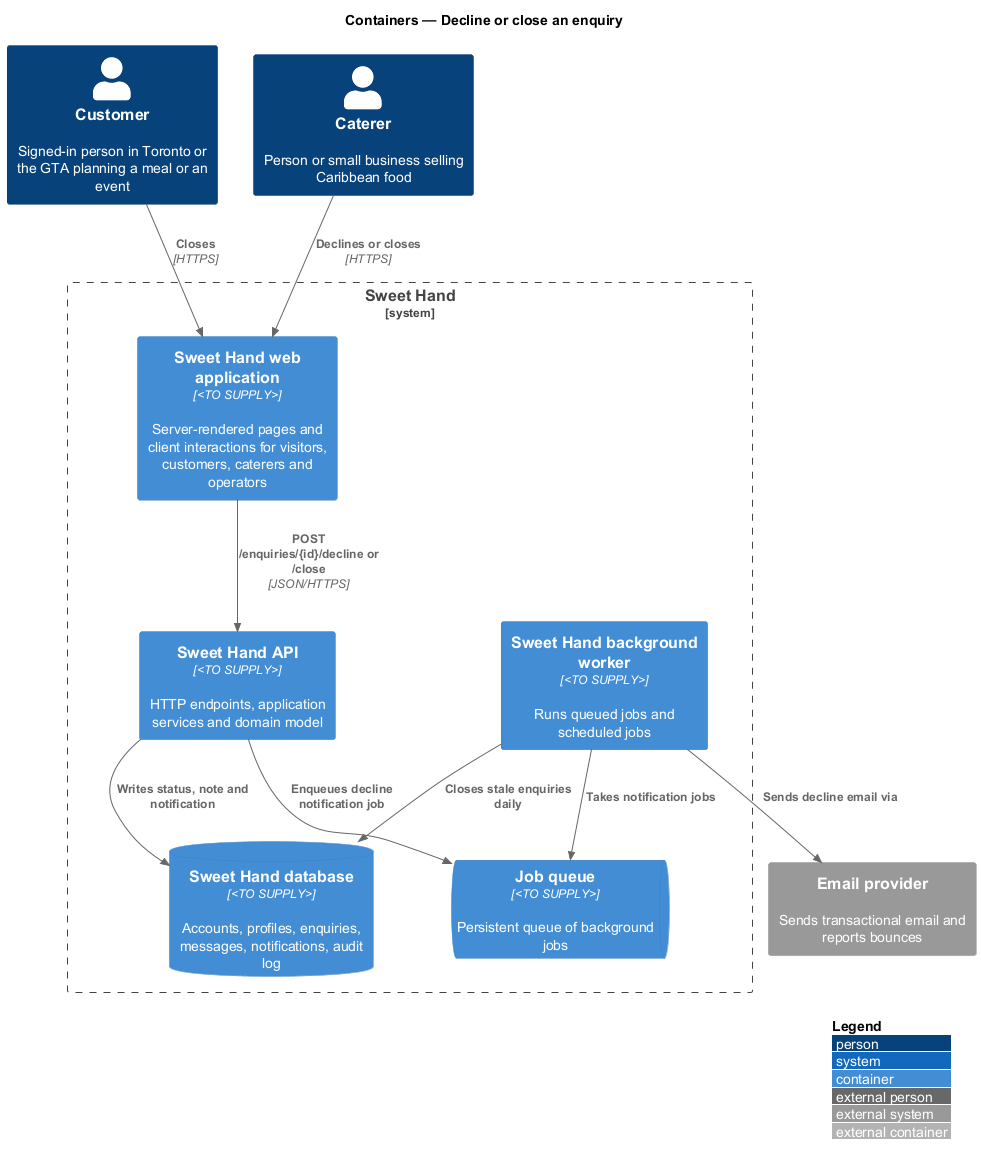
Before: docs/detailed-designs/enquiries/decline-or-close-enquiry/diagrams/c4-container.png, a diagram exported from PlantUML (QuinntyneBrown/sweet-hand). Its diagram source:
```plantuml
@startuml
!include <C4/C4_Container>
LAYOUT_WITH_LEGEND()
title Containers — Decline or close an enquiry

Person(customer, "Customer", "Signed-in person in Toronto or the GTA planning a meal or an event")
Person(caterer, "Caterer", "Person or small business selling Caribbean food")
System_Boundary(sweethand, "Sweet Hand") {
  Container(web, "Sweet Hand web application", "<TO SUPPLY>", "Server-rendered pages and client interactions for visitors, customers, caterers and operators")
  Container(api, "Sweet Hand API", "<TO SUPPLY>", "HTTP endpoints, application services and domain model")
  Container(worker, "Sweet Hand background worker", "<TO SUPPLY>", "Runs queued jobs and scheduled jobs")
  ContainerDb(db, "Sweet Hand database", "<TO SUPPLY>", "Accounts, profiles, enquiries, messages, notifications, audit log")
  ContainerQueue(queue, "Job queue", "<TO SUPPLY>", "Persistent queue of background jobs")
}
System_Ext(email, "Email provider", "Sends transactional email and reports bounces")

Rel(caterer, web, "Declines or closes", "HTTPS")
Rel(customer, web, "Closes", "HTTPS")
Rel(web, api, "POST /enquiries/{id}/decline or /close", "JSON/HTTPS")
Rel(api, db, "Writes status, note and notification")
Rel(api, queue, "Enqueues decline notification job")
Rel(worker, db, "Closes stale enquiries daily")
Rel(worker, queue, "Takes notification jobs")
Rel(worker, email, "Sends decline email via")
@enduml
```
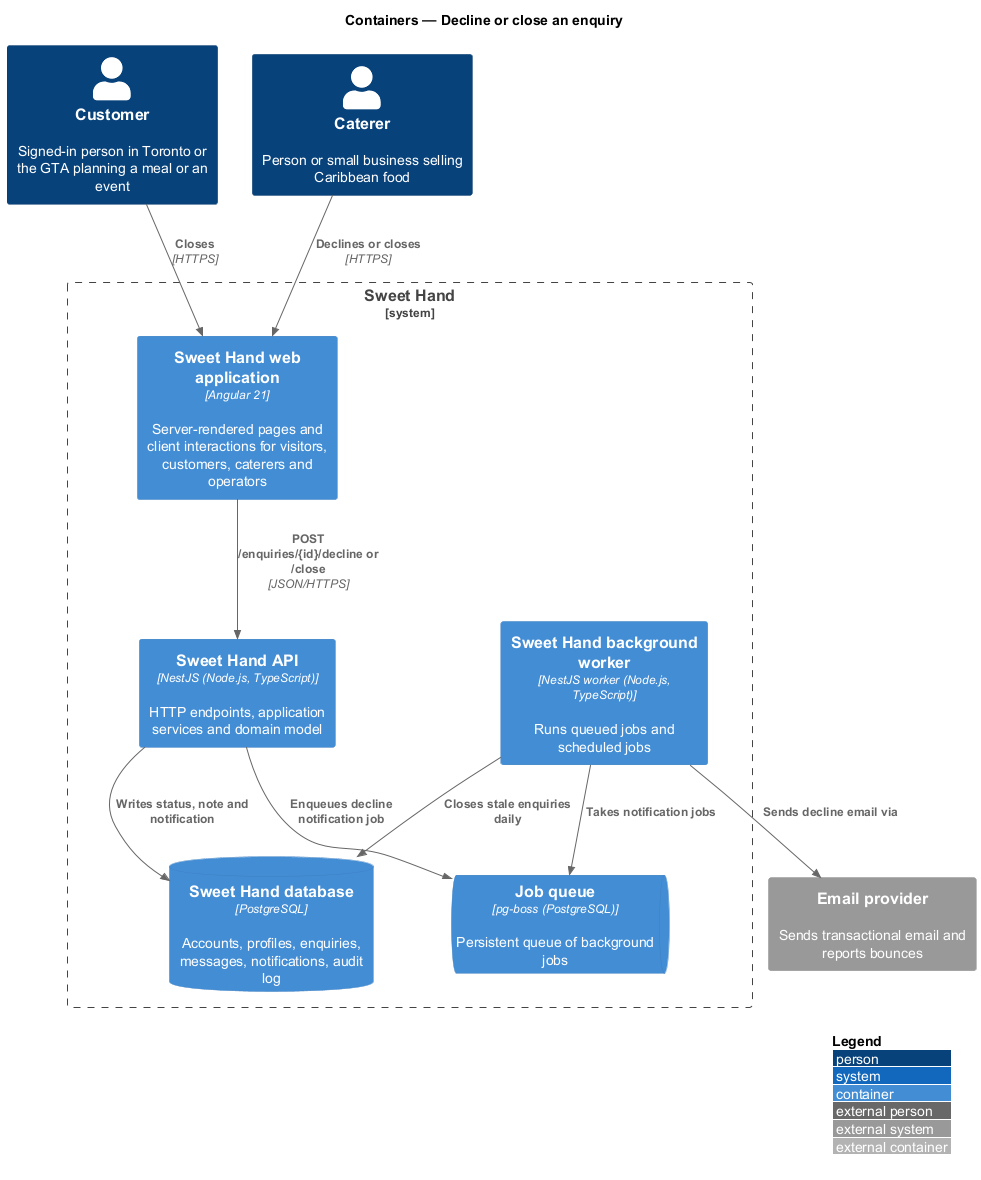
Above is the later version.

Diff of the diagram source:
```diff
@@ -6,11 +6,11 @@
 Person(customer, "Customer", "Signed-in person in Toronto or the GTA planning a meal or an event")
 Person(caterer, "Caterer", "Person or small business selling Caribbean food")
 System_Boundary(sweethand, "Sweet Hand") {
-  Container(web, "Sweet Hand web application", "<TO SUPPLY>", "Server-rendered pages and client interactions for visitors, customers, caterers and operators")
-  Container(api, "Sweet Hand API", "<TO SUPPLY>", "HTTP endpoints, application services and domain model")
-  Container(worker, "Sweet Hand background worker", "<TO SUPPLY>", "Runs queued jobs and scheduled jobs")
-  ContainerDb(db, "Sweet Hand database", "<TO SUPPLY>", "Accounts, profiles, enquiries, messages, notifications, audit log")
-  ContainerQueue(queue, "Job queue", "<TO SUPPLY>", "Persistent queue of background jobs")
+  Container(web, "Sweet Hand web application", "Angular 21", "Server-rendered pages and client interactions for visitors, customers, caterers and operators")
+  Container(api, "Sweet Hand API", "NestJS (Node.js, TypeScript)", "HTTP endpoints, application services and domain model")
+  Container(worker, "Sweet Hand background worker", "NestJS worker (Node.js, TypeScript)", "Runs queued jobs and scheduled jobs")
+  ContainerDb(db, "Sweet Hand database", "PostgreSQL", "Accounts, profiles, enquiries, messages, notifications, audit log")
+  ContainerQueue(queue, "Job queue", "pg-boss (PostgreSQL)", "Persistent queue of background jobs")
 }
 System_Ext(email, "Email provider", "Sends transactional email and reports bounces")
 
```
